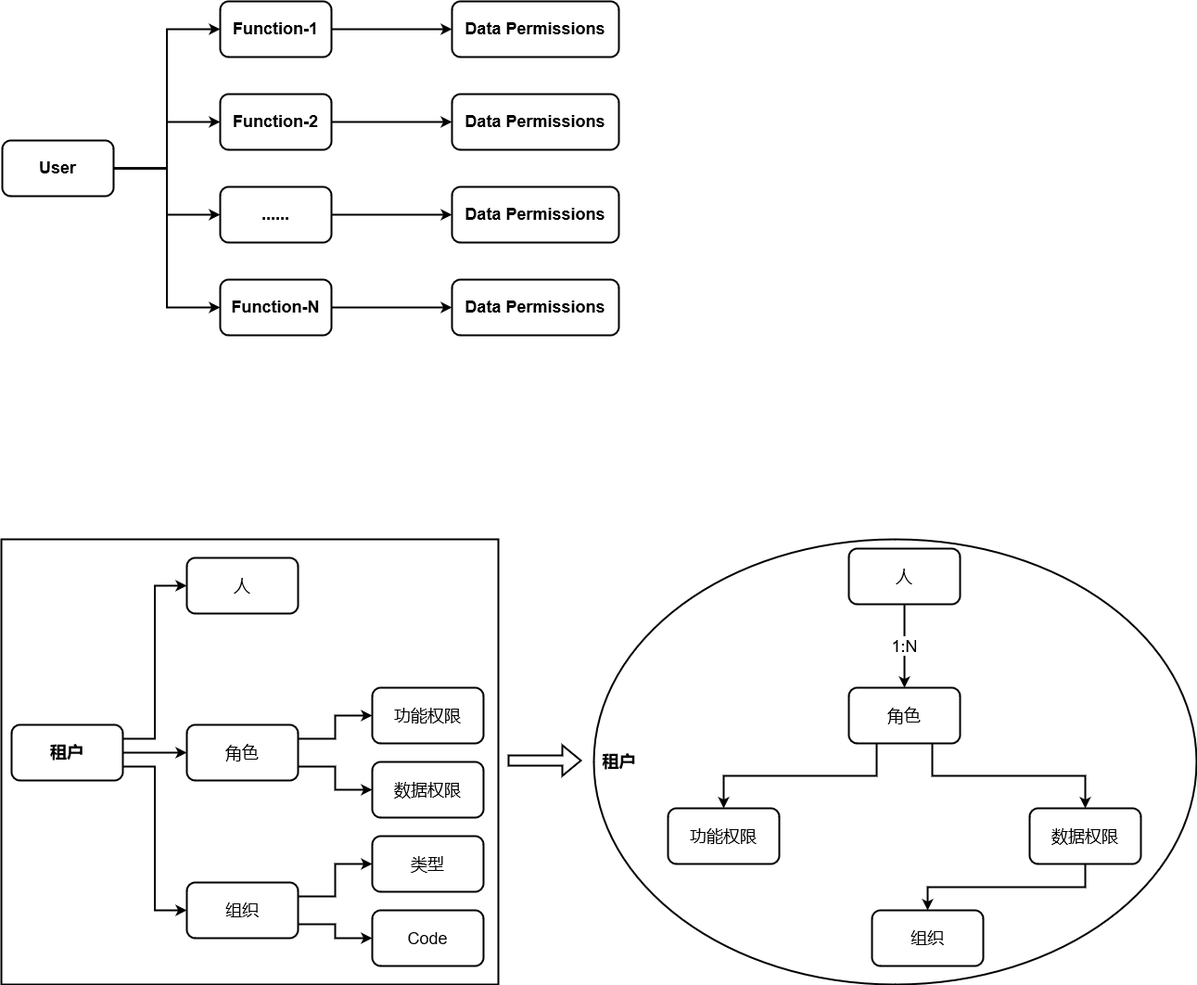
Before: Infrastructure.drawio.png, a diagram exported from draw.io (jackie-thank/beego-authz). Source tidied: cells renumbered, new cells last; positions are measured from the earlier drawing's top-left corner, leaving out a move shared by most shapes.
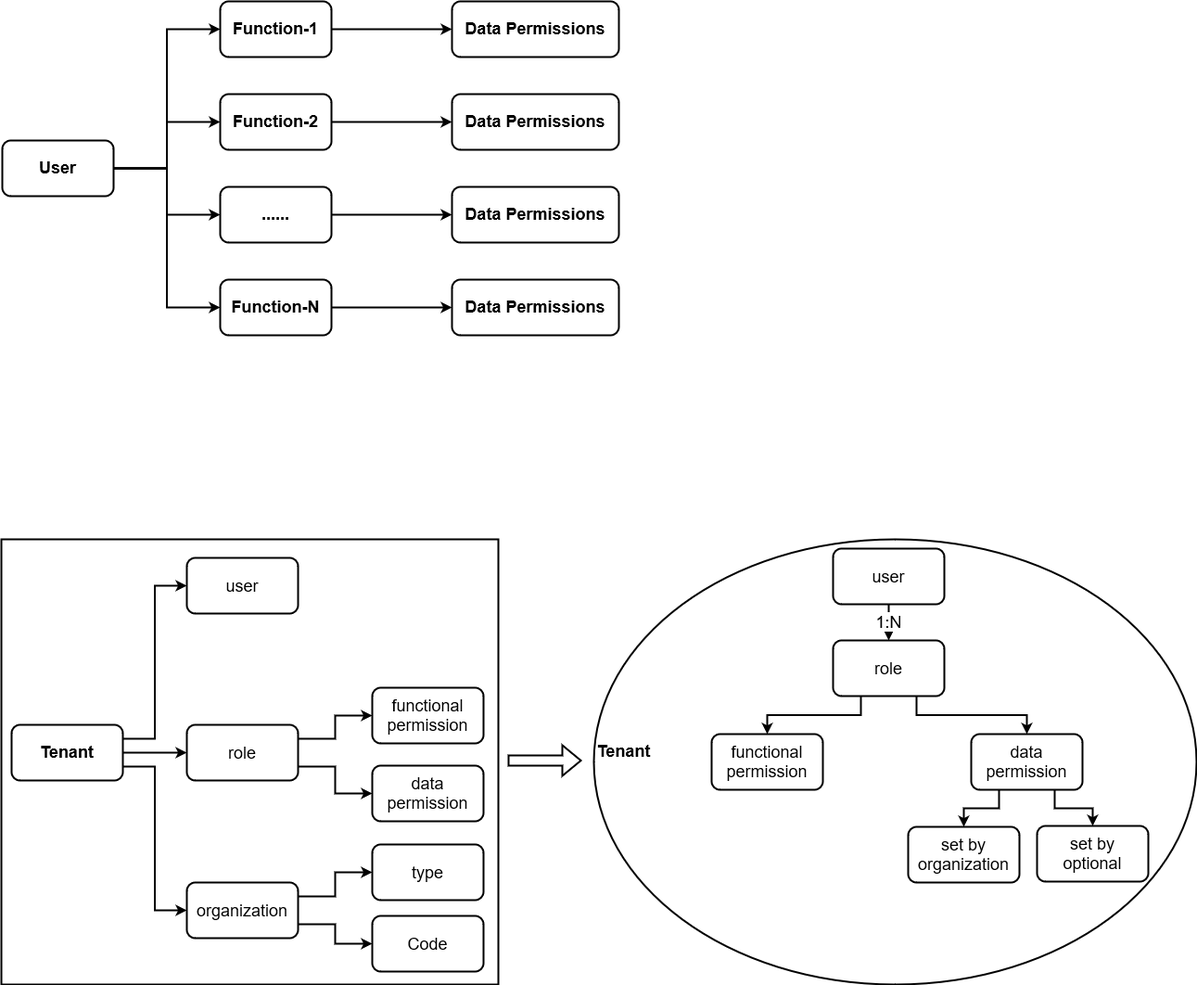
Later version of the same file.

What changed in the source:
```diff
@@ -2,7 +2,7 @@
   <root>
     <mxCell id="0" />
     <mxCell id="1" parent="0" />
-    <mxCell id="2" value="租户&amp;nbsp;&amp;nbsp;&amp;nbsp;&amp;nbsp;&amp;nbsp;&amp;nbsp;&amp;nbsp;&amp;nbsp;&amp;nbsp;&amp;nbsp;&amp;nbsp;&amp;nbsp;&amp;nbsp;&amp;nbsp;&amp;nbsp;&amp;nbsp;&amp;nbsp;&amp;nbsp;&amp;nbsp;&amp;nbsp;&amp;nbsp;&amp;nbsp;&amp;nbsp;&amp;nbsp;&amp;nbsp;&amp;nbsp;&amp;nbsp;&amp;nbsp;&amp;nbsp;&amp;nbsp;&amp;nbsp;&amp;nbsp;&amp;nbsp;&amp;nbsp;&amp;nbsp;&amp;nbsp;&amp;nbsp;&amp;nbsp;&amp;nbsp;&amp;nbsp;&amp;nbsp;&amp;nbsp;&amp;nbsp;&amp;nbsp;&amp;nbsp;&amp;nbsp;&amp;nbsp;&amp;nbsp;&amp;nbsp;&amp;nbsp;&amp;nbsp;&amp;nbsp;&amp;nbsp;&amp;nbsp;&amp;nbsp;&amp;nbsp;&amp;nbsp;&amp;nbsp;&amp;nbsp;&amp;nbsp;&amp;nbsp;&amp;nbsp;&amp;nbsp;&amp;nbsp;&amp;nbsp;&amp;nbsp;&amp;nbsp;&amp;nbsp;&amp;nbsp;&amp;nbsp;&amp;nbsp;&amp;nbsp;&amp;nbsp;&amp;nbsp;&amp;nbsp;&amp;nbsp;&amp;nbsp;&amp;nbsp;&amp;nbsp;&amp;nbsp;&amp;nbsp;&amp;nbsp;&amp;nbsp;&amp;nbsp;&amp;nbsp;&amp;nbsp;&amp;nbsp;&amp;nbsp;&amp;nbsp;&amp;nbsp;&amp;nbsp;&amp;nbsp;&amp;nbsp;&amp;nbsp;&amp;nbsp;&amp;nbsp;&amp;nbsp;&amp;nbsp;&amp;nbsp;&amp;nbsp;&amp;nbsp;&amp;nbsp;&amp;nbsp;&amp;nbsp;&amp;nbsp;&amp;nbsp;&amp;nbsp;&amp;nbsp;&amp;nbsp;&amp;nbsp;&amp;nbsp;&amp;nbsp;&amp;nbsp;&amp;nbsp;&amp;nbsp;&amp;nbsp;&amp;nbsp;&amp;nbsp;&amp;nbsp; " style="ellipse;whiteSpace=wrap;html=1;strokeWidth=2;fontSize=18;fontStyle=1;" parent="1" vertex="1">
+    <mxCell id="2" value="Tenant &amp;nbsp; &amp;nbsp; &amp;nbsp; &amp;nbsp; &amp;nbsp; &amp;nbsp; &amp;nbsp; &amp;nbsp; &amp;nbsp; &amp;nbsp; &amp;nbsp; &amp;nbsp; &amp;nbsp; &amp;nbsp; &amp;nbsp; &amp;nbsp; &amp;nbsp; &amp;nbsp; &amp;nbsp; &amp;nbsp; &amp;nbsp; &amp;nbsp; &amp;nbsp; &amp;nbsp; &amp;nbsp; &amp;nbsp; &amp;nbsp; &amp;nbsp; &amp;nbsp; &amp;nbsp; &amp;nbsp; &amp;nbsp; &amp;nbsp; &amp;nbsp; &amp;nbsp; &amp;nbsp; &amp;nbsp; &amp;nbsp; &amp;nbsp; &amp;nbsp; &amp;nbsp; &amp;nbsp; &amp;nbsp; &amp;nbsp; &amp;nbsp; &amp;nbsp; &amp;nbsp; &amp;nbsp; &amp;nbsp; &amp;nbsp; &amp;nbsp; &amp;nbsp; &amp;nbsp; &amp;nbsp; &amp;nbsp; &amp;nbsp; &amp;nbsp; &amp;nbsp;&amp;nbsp; &amp;nbsp;&amp;nbsp;&amp;nbsp;&amp;nbsp;&amp;nbsp;&amp;nbsp;&amp;nbsp;&amp;nbsp;&amp;nbsp;&amp;nbsp;&amp;nbsp;&amp;nbsp;&amp;nbsp;&amp;nbsp;&amp;nbsp;&amp;nbsp;&amp;nbsp;&amp;nbsp;&amp;nbsp;&amp;nbsp;&amp;nbsp;&amp;nbsp;&amp;nbsp;&amp;nbsp;&amp;nbsp;&amp;nbsp;&amp;nbsp;&amp;nbsp;&amp;nbsp;&amp;nbsp;&amp;nbsp;&amp;nbsp;&amp;nbsp;&amp;nbsp;&amp;nbsp;&amp;nbsp;&amp;nbsp;&amp;nbsp;&amp;nbsp;&amp;nbsp;&amp;nbsp;&amp;nbsp;&amp;nbsp;&amp;nbsp;&amp;nbsp;&amp;nbsp;&amp;nbsp;&amp;nbsp;&amp;nbsp;&amp;nbsp;&amp;nbsp;&amp;nbsp;&amp;nbsp;&amp;nbsp;&amp;nbsp;&amp;nbsp;&amp;nbsp;&amp;nbsp;&amp;nbsp;&amp;nbsp;&amp;nbsp;&amp;nbsp;&amp;nbsp;&amp;nbsp;&amp;nbsp;&amp;nbsp;&amp;nbsp;&amp;nbsp;&amp;nbsp;&amp;nbsp;&amp;nbsp;&amp;nbsp;&amp;nbsp;&amp;nbsp;&amp;nbsp;&amp;nbsp;&amp;nbsp;&amp;nbsp;&amp;nbsp;&amp;nbsp;&amp;nbsp;&amp;nbsp;&amp;nbsp;&amp;nbsp;&amp;nbsp;&amp;nbsp;&amp;nbsp;&amp;nbsp;&amp;nbsp;&amp;nbsp;&amp;nbsp;&amp;nbsp;&amp;nbsp;&amp;nbsp;&amp;nbsp;&amp;nbsp;&amp;nbsp;&amp;nbsp;&amp;nbsp;&amp;nbsp;&amp;nbsp;&amp;nbsp;&amp;nbsp;&amp;nbsp;&amp;nbsp;&amp;nbsp;&amp;nbsp;&amp;nbsp;&amp;nbsp;&amp;nbsp;&amp;nbsp;&amp;nbsp;&amp;nbsp;&amp;nbsp;&amp;nbsp;&amp;nbsp;&amp;nbsp;&amp;nbsp; " style="ellipse;whiteSpace=wrap;html=1;strokeWidth=2;fontSize=18;fontStyle=1;" parent="1" vertex="1">
       <mxGeometry x="639" y="580" width="650" height="480" as="geometry" />
     </mxCell>
     <mxCell id="3" style="rounded=0;whiteSpace=wrap;html=1;strokeWidth=2;fontSize=18;" parent="1" vertex="1">
@@ -68,10 +68,10 @@
     <mxCell id="23" style="edgeStyle=orthogonalEdgeStyle;rounded=0;jettySize=auto;html=1;exitX=1;exitY=0.75;exitDx=0;exitDy=0;entryX=0;entryY=0.5;entryDx=0;entryDy=0;strokeWidth=2;fontSize=18;" parent="1" edge="1" source="24" target="31">
       <mxGeometry relative="1" as="geometry" />
     </mxCell>
-    <mxCell id="24" value="租户" style="rounded=1;whiteSpace=wrap;html=1;fontStyle=1;fontSize=18;strokeWidth=2;" parent="1" vertex="1">
+    <mxCell id="24" value="Tenant" style="rounded=1;whiteSpace=wrap;html=1;fontStyle=1;fontSize=18;strokeWidth=2;" parent="1" vertex="1">
       <mxGeometry x="11" y="780" width="120" height="60" as="geometry" />
     </mxCell>
-    <mxCell id="25" value="人" style="rounded=1;whiteSpace=wrap;html=1;strokeWidth=2;fontSize=18;" parent="1" vertex="1">
+    <mxCell id="25" value="user" style="rounded=1;whiteSpace=wrap;html=1;strokeWidth=2;fontSize=18;" parent="1" vertex="1">
       <mxGeometry x="200" y="600" width="120" height="60" as="geometry" />
     </mxCell>
     <mxCell id="26" style="edgeStyle=orthogonalEdgeStyle;rounded=0;jettySize=auto;html=1;exitX=1;exitY=0.25;exitDx=0;exitDy=0;entryX=0;entryY=0.5;entryDx=0;entryDy=0;strokeWidth=2;fontSize=18;" parent="1" edge="1" source="28" target="32">
@@ -80,7 +80,7 @@
     <mxCell id="27" style="edgeStyle=orthogonalEdgeStyle;rounded=0;jettySize=auto;html=1;exitX=1;exitY=0.75;exitDx=0;exitDy=0;entryX=0;entryY=0.5;entryDx=0;entryDy=0;strokeWidth=2;fontSize=18;" parent="1" edge="1" source="28" target="33">
       <mxGeometry relative="1" as="geometry" />
     </mxCell>
-    <mxCell id="28" value="角色" style="rounded=1;whiteSpace=wrap;html=1;strokeWidth=2;fontSize=18;" parent="1" vertex="1">
+    <mxCell id="28" value="role" style="rounded=1;whiteSpace=wrap;html=1;strokeWidth=2;fontSize=18;" parent="1" vertex="1">
       <mxGeometry x="200" y="780" width="120" height="60" as="geometry" />
     </mxCell>
     <mxCell id="29" style="edgeStyle=orthogonalEdgeStyle;rounded=0;jettySize=auto;html=1;exitX=1;exitY=0.25;exitDx=0;exitDy=0;strokeWidth=2;fontSize=18;" parent="1" edge="1" source="31" target="34">
@@ -89,20 +89,20 @@
     <mxCell id="30" style="edgeStyle=orthogonalEdgeStyle;rounded=0;jettySize=auto;html=1;exitX=1;exitY=0.75;exitDx=0;exitDy=0;strokeWidth=2;fontSize=18;" parent="1" edge="1" source="31" target="35">
       <mxGeometry relative="1" as="geometry" />
     </mxCell>
-    <mxCell id="31" value="组织" style="rounded=1;whiteSpace=wrap;html=1;strokeWidth=2;fontSize=18;" parent="1" vertex="1">
+    <mxCell id="31" value="organization" style="rounded=1;whiteSpace=wrap;html=1;strokeWidth=2;fontSize=18;" parent="1" vertex="1">
       <mxGeometry x="200" y="950" width="120" height="60" as="geometry" />
     </mxCell>
-    <mxCell id="32" value="功能权限" style="rounded=1;whiteSpace=wrap;html=1;strokeWidth=2;fontSize=18;" parent="1" vertex="1">
+    <mxCell id="32" value="&lt;div&gt;functional&lt;/div&gt;&lt;div&gt;permission&lt;br&gt;&lt;/div&gt;" style="rounded=1;whiteSpace=wrap;html=1;strokeWidth=2;fontSize=18;" parent="1" vertex="1">
       <mxGeometry x="400" y="740" width="120" height="60" as="geometry" />
     </mxCell>
-    <mxCell id="33" value="数据权限" style="rounded=1;whiteSpace=wrap;html=1;strokeWidth=2;fontSize=18;" parent="1" vertex="1">
-      <mxGeometry x="400" y="820" width="120" height="60" as="geometry" />
+    <mxCell id="33" value="&lt;div&gt;data&lt;/div&gt;&lt;div&gt;permission&lt;br&gt;&lt;/div&gt;" style="rounded=1;whiteSpace=wrap;html=1;strokeWidth=2;fontSize=18;" parent="1" vertex="1">
+      <mxGeometry x="400" y="824" width="120" height="60" as="geometry" />
     </mxCell>
-    <mxCell id="34" value="类型" style="rounded=1;whiteSpace=wrap;html=1;strokeWidth=2;fontSize=18;" parent="1" vertex="1">
-      <mxGeometry x="400" y="900" width="120" height="60" as="geometry" />
+    <mxCell id="34" value="type" style="rounded=1;whiteSpace=wrap;html=1;strokeWidth=2;fontSize=18;" parent="1" vertex="1">
+      <mxGeometry x="400" y="909" width="120" height="60" as="geometry" />
     </mxCell>
     <mxCell id="35" value="Code" style="rounded=1;whiteSpace=wrap;html=1;strokeWidth=2;fontSize=18;" parent="1" vertex="1">
-      <mxGeometry x="400" y="980" width="120" height="60" as="geometry" />
+      <mxGeometry x="400" y="986" width="120" height="60" as="geometry" />
     </mxCell>
     <mxCell id="36" style="shape=flexArrow;endArrow=classic;html=1;rounded=0;strokeWidth=2;fontSize=18;" parent="1" edge="1">
       <mxGeometry relative="1" as="geometry">
@@ -113,8 +113,8 @@
     <mxCell id="37" value="1:N" style="edgeStyle=orthogonalEdgeStyle;rounded=0;jettySize=auto;html=1;exitX=0.5;exitY=1;exitDx=0;exitDy=0;strokeWidth=2;fontSize=18;" parent="1" edge="1" source="38" target="41">
       <mxGeometry relative="1" as="geometry" />
     </mxCell>
-    <mxCell id="38" value="人" style="rounded=1;whiteSpace=wrap;html=1;strokeWidth=2;fontSize=18;" parent="1" vertex="1">
-      <mxGeometry x="914" y="590" width="120" height="60" as="geometry" />
+    <mxCell id="38" value="user" style="rounded=1;whiteSpace=wrap;html=1;strokeWidth=2;fontSize=18;" parent="1" vertex="1">
+      <mxGeometry x="897" y="590" width="120" height="60" as="geometry" />
     </mxCell>
     <mxCell id="39" style="edgeStyle=orthogonalEdgeStyle;rounded=0;jettySize=auto;html=1;exitX=0.25;exitY=1;exitDx=0;exitDy=0;entryX=0.5;entryY=0;entryDx=0;entryDy=0;strokeWidth=2;fontSize=18;" parent="1" edge="1" source="41" target="42">
       <mxGeometry relative="1" as="geometry" />
@@ -122,20 +122,26 @@
     <mxCell id="40" style="edgeStyle=orthogonalEdgeStyle;rounded=0;jettySize=auto;html=1;exitX=0.75;exitY=1;exitDx=0;exitDy=0;entryX=0.5;entryY=0;entryDx=0;entryDy=0;strokeWidth=2;fontSize=18;" parent="1" edge="1" source="41" target="44">
       <mxGeometry relative="1" as="geometry" />
     </mxCell>
-    <mxCell id="41" value="角色" style="rounded=1;whiteSpace=wrap;html=1;strokeWidth=2;fontSize=18;" parent="1" vertex="1">
-      <mxGeometry x="914" y="740" width="120" height="60" as="geometry" />
+    <mxCell id="41" value="role" style="rounded=1;whiteSpace=wrap;html=1;strokeWidth=2;fontSize=18;" parent="1" vertex="1">
+      <mxGeometry x="897" y="689" width="120" height="60" as="geometry" />
     </mxCell>
-    <mxCell id="42" value="功能权限" style="rounded=1;whiteSpace=wrap;html=1;strokeWidth=2;fontSize=18;" parent="1" vertex="1">
-      <mxGeometry x="719" y="870" width="120" height="60" as="geometry" />
+    <mxCell id="42" value="&lt;div&gt;functional&lt;/div&gt;&lt;div&gt;permission&lt;br&gt;&lt;/div&gt;" style="rounded=1;whiteSpace=wrap;html=1;strokeWidth=2;fontSize=18;" parent="1" vertex="1">
+      <mxGeometry x="766" y="790" width="120" height="60" as="geometry" />
     </mxCell>
-    <mxCell id="43" style="edgeStyle=orthogonalEdgeStyle;rounded=0;jettySize=auto;html=1;exitX=0.5;exitY=1;exitDx=0;exitDy=0;entryX=0.5;entryY=0;entryDx=0;entryDy=0;strokeWidth=2;fontSize=18;" parent="1" edge="1" source="44" target="45">
+    <mxCell id="43" style="edgeStyle=orthogonalEdgeStyle;rounded=0;jettySize=auto;html=1;exitX=0.25;exitY=1;exitDx=0;exitDy=0;entryX=0.5;entryY=0;entryDx=0;entryDy=0;strokeWidth=2;fontSize=18;" parent="1" edge="1" source="44" target="45">
       <mxGeometry relative="1" as="geometry" />
     </mxCell>
+    <mxCell id="46" style="edgeStyle=orthogonalEdgeStyle;rounded=0;jettySize=auto;html=1;exitX=0.75;exitY=1;exitDx=0;exitDy=0;strokeWidth=2;fontSize=18;" parent="1" edge="1" source="44" target="47">
+      <mxGeometry relative="1" as="geometry" />
+    </mxCell>
-    <mxCell id="44" value="数据权限" style="rounded=1;whiteSpace=wrap;html=1;strokeWidth=2;fontSize=18;" parent="1" vertex="1">
-      <mxGeometry x="1109" y="870" width="120" height="60" as="geometry" />
+    <mxCell id="44" value="&lt;div&gt;data&lt;/div&gt;&lt;div&gt;permission&lt;br&gt;&lt;/div&gt;" style="rounded=1;whiteSpace=wrap;html=1;strokeWidth=2;fontSize=18;" parent="1" vertex="1">
+      <mxGeometry x="1046" y="790" width="120" height="60" as="geometry" />
     </mxCell>
-    <mxCell id="45" value="组织" style="rounded=1;whiteSpace=wrap;html=1;strokeWidth=2;fontSize=18;" parent="1" vertex="1">
-      <mxGeometry x="939" y="980" width="120" height="60" as="geometry" />
+    <mxCell id="45" value="&lt;div&gt;set by&lt;/div&gt;&lt;div&gt;organization&lt;br&gt;&lt;/div&gt;" style="rounded=1;whiteSpace=wrap;html=1;strokeWidth=2;fontSize=18;" parent="1" vertex="1">
+      <mxGeometry x="978" y="890" width="120" height="60" as="geometry" />
     </mxCell>
+    <mxCell id="47" value="&lt;div&gt;set by&lt;br&gt;&lt;/div&gt;&lt;div&gt;optional&lt;/div&gt;" style="rounded=1;whiteSpace=wrap;html=1;strokeWidth=2;fontSize=18;" parent="1" vertex="1">
+      <mxGeometry x="1117" y="889" width="120" height="60" as="geometry" />
+    </mxCell>
   </root>
 </mxGraphModel>
```
